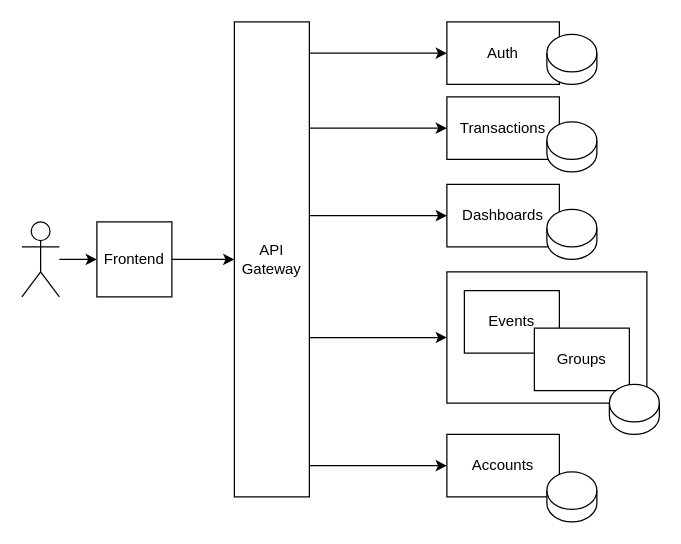
This is Architecture Draft.drawio from FrancescoCiraolo/progetto-taass, a draw.io file, before an edit. Source tidied: cells renumbered, new cells numbered last; positions are measured from the earlier drawing's top-left corner, leaving out a move shared by most shapes. Both pictures are drawn from the tidied source at 125%, with x=0, y=0 at pixel (21, 21).
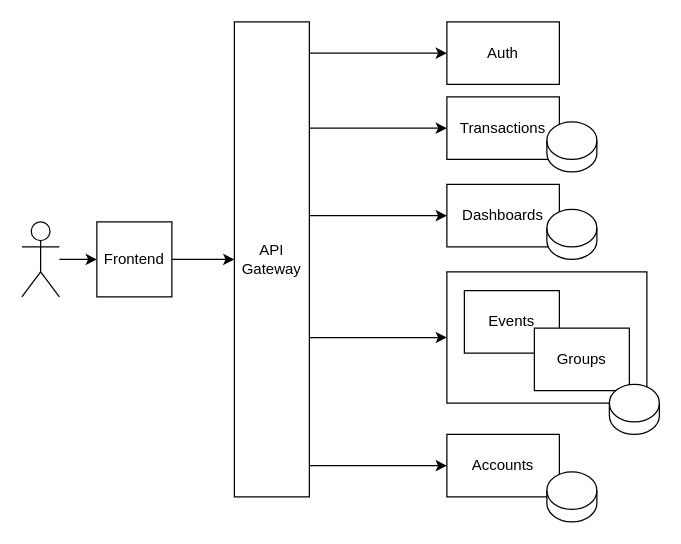
Above is the later version.

The edit, as a diff of the source:
```diff
@@
-    <mxCell id="23" style="shape=cylinder3;whiteSpace=wrap;html=1;boundedLbl=1;backgroundOutline=1;size=15;" parent="1" vertex="1">
-      <mxGeometry x="420" y="10" width="40" height="40" as="geometry" />
-    </mxCell>
```
